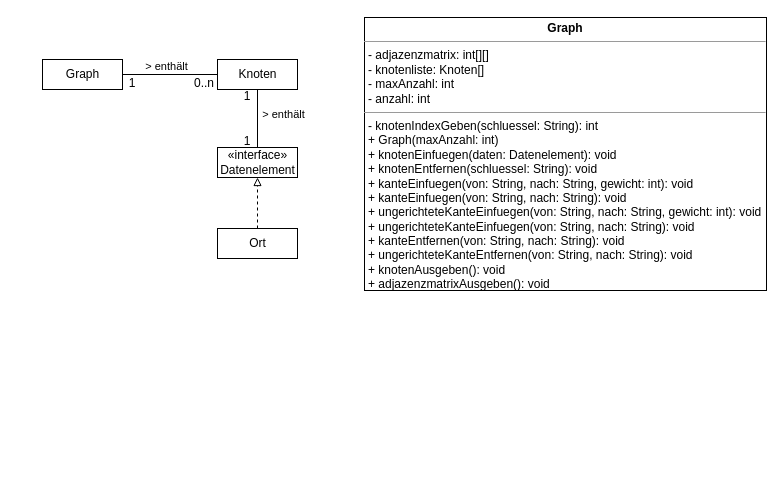
This is page "Klassendiagramm" (7 of 7) of Graph.drawio from JoernWVSG/diagram, a draw.io file, before an edit. Source tidied: cells renumbered, new cells numbered last; positions are measured from the earlier drawing's top-left corner, leaving out a move shared by most shapes. Both pictures are drawn from the tidied source at 100%, with x=0, y=0 at pixel (42, 17).
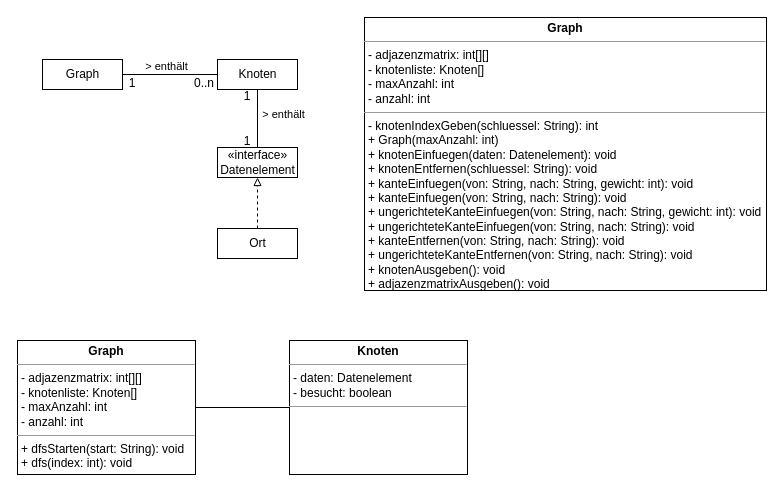
The same diagram, later.

The edit, as a diff of the source:
```diff
@@
+    <mxCell id="16" style="edgeStyle=orthogonalEdgeStyle;rounded=0;jettySize=auto;html=1;exitX=1;exitY=0.5;exitDx=0;exitDy=0;entryX=0;entryY=0.5;entryDx=0;entryDy=0;endArrow=none;endFill=0;" parent="1" edge="1" source="17" target="18">
+      <mxGeometry relative="1" as="geometry" />
+    </mxCell>
+    <mxCell id="17" value="&lt;p style=&quot;margin: 0px ; margin-top: 4px ; text-align: center&quot;&gt;&lt;b&gt;Graph&lt;/b&gt;&lt;/p&gt;&lt;hr size=&quot;1&quot;&gt;&lt;p style=&quot;margin: 0px ; margin-left: 4px&quot;&gt;- adjazenzmatrix: int[][]&lt;/p&gt;&lt;p style=&quot;margin: 0px ; margin-left: 4px&quot;&gt;- knotenliste: Knoten[]&lt;/p&gt;&lt;p style=&quot;margin: 0px ; margin-left: 4px&quot;&gt;- maxAnzahl: int&lt;/p&gt;&lt;p style=&quot;margin: 0px ; margin-left: 4px&quot;&gt;- anzahl: int&lt;/p&gt;&lt;hr size=&quot;1&quot;&gt;&lt;p style=&quot;margin: 0px ; margin-left: 4px&quot;&gt;+ dfsStarten(start: String): void&lt;/p&gt;&lt;p style=&quot;margin: 0px ; margin-left: 4px&quot;&gt;+ dfs(index: int): void&lt;/p&gt;" style="verticalAlign=top;align=left;overflow=fill;fontSize=12;fontFamily=Helvetica;html=1;" parent="1" vertex="1">
+      <mxGeometry x="-25" y="323" width="178" height="134" as="geometry" />
+    </mxCell>
+    <mxCell id="18" value="&lt;p style=&quot;margin: 0px ; margin-top: 4px ; text-align: center&quot;&gt;&lt;b&gt;Knoten&lt;/b&gt;&lt;/p&gt;&lt;hr size=&quot;1&quot;&gt;&lt;p style=&quot;margin: 0px ; margin-left: 4px&quot;&gt;- daten: Datenelement&lt;/p&gt;&lt;p style=&quot;margin: 0px ; margin-left: 4px&quot;&gt;- besucht: boolean&lt;/p&gt;&lt;hr size=&quot;1&quot;&gt;&lt;p style=&quot;margin: 0px ; margin-left: 4px&quot;&gt;&lt;br&gt;&lt;/p&gt;" style="verticalAlign=top;align=left;overflow=fill;fontSize=12;fontFamily=Helvetica;html=1;" parent="1" vertex="1">
+      <mxGeometry x="247" y="323" width="178" height="134" as="geometry" />
+    </mxCell>
```
